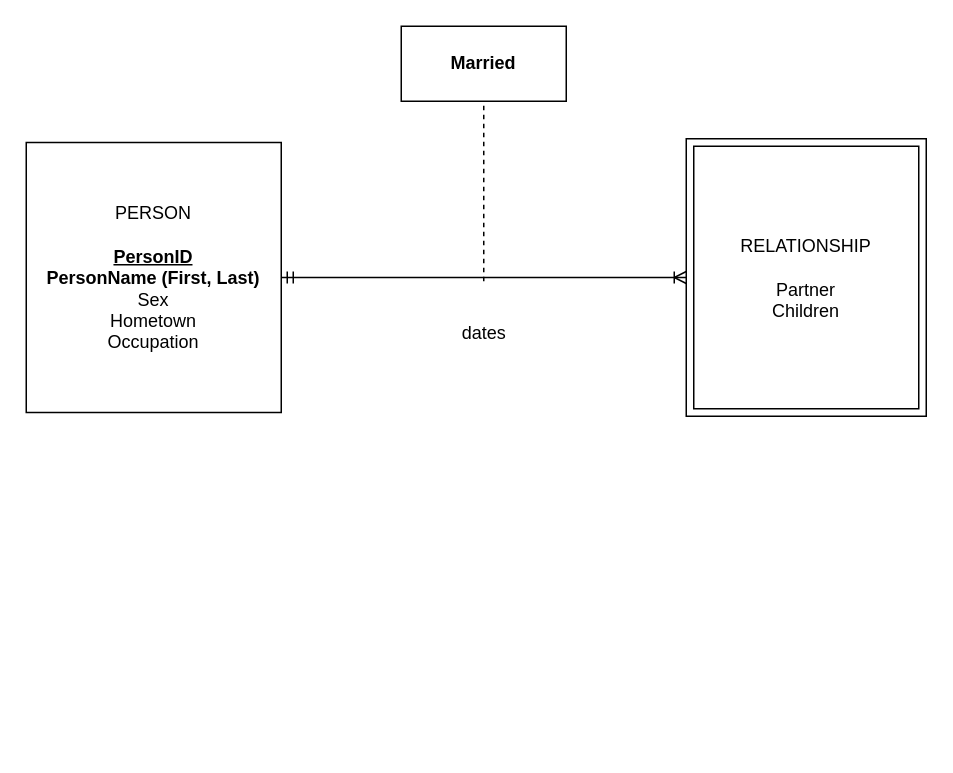
This is page "Page-2" (2 of 3) of Untitled Diagram.drawio from jessapoy/jessapoy, a draw.io file, before an edit. Source tidied: cells renumbered, new cells numbered last; positions are measured from the earlier drawing's top-left corner, leaving out a move shared by most shapes. Both pictures are drawn from the tidied source at 150%, with x=0, y=0 at pixel (26, 26).
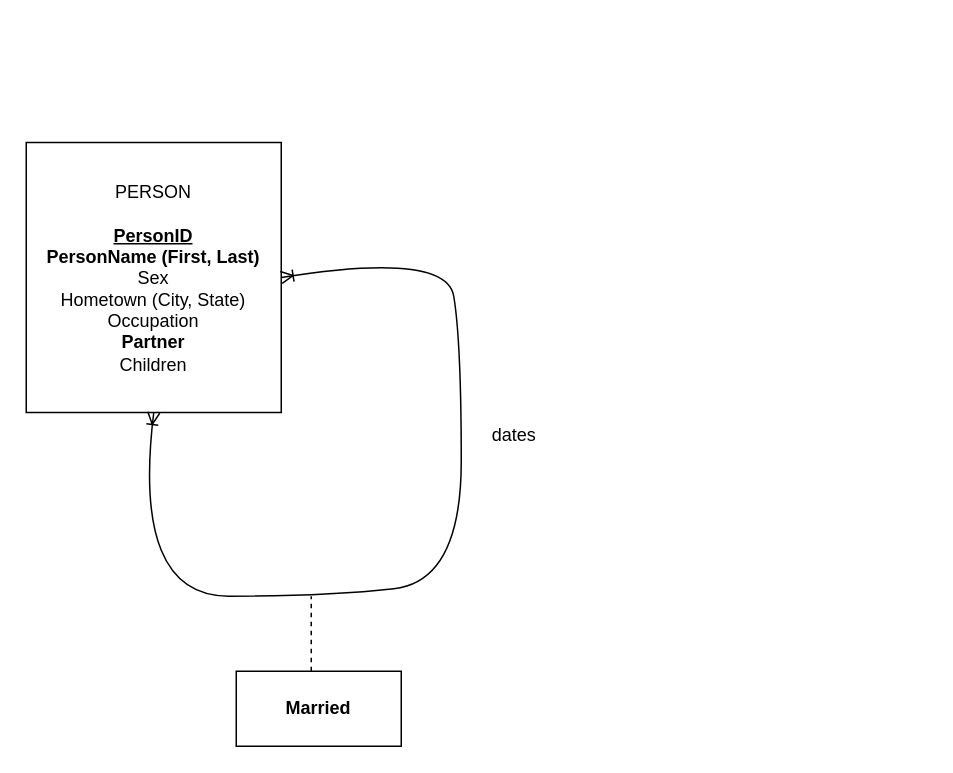
The same page after the edit.

Change to the diagram source:
```diff
@@
 <mxGraphModel>
   <root>
     <mxCell id="0" />
     <mxCell id="1" parent="0" />
-    <mxCell id="2" value="&lt;div&gt;PERSON&lt;/div&gt;&lt;div&gt;&lt;br&gt;&lt;/div&gt;&lt;u style=&quot;font-weight: bold;&quot;&gt;PersonID&lt;/u&gt;&lt;br&gt;&lt;b&gt;PersonName (First, Last)&lt;/b&gt;&lt;br&gt;Sex&lt;br&gt;Hometown&lt;br&gt;Occupation" style="whiteSpace=wrap;html=1;align=center;" parent="1" vertex="1">
+    <mxCell id="2" value="&lt;div&gt;PERSON&lt;/div&gt;&lt;div&gt;&lt;br&gt;&lt;/div&gt;&lt;u style=&quot;font-weight: bold;&quot;&gt;PersonID&lt;/u&gt;&lt;br&gt;&lt;b&gt;PersonName (First, Last)&lt;/b&gt;&lt;br&gt;Sex&lt;br&gt;Hometown (City, State)&lt;br&gt;Occupation&lt;div&gt;&lt;b&gt;Partner&lt;/b&gt;&lt;/div&gt;&lt;div&gt;Children&lt;/div&gt;" style="whiteSpace=wrap;html=1;align=center;" parent="1" vertex="1">
       <mxGeometry y="77.5" width="170" height="180" as="geometry" />
     </mxCell>
-    <mxCell id="3" value="&lt;div&gt;RELATIONSHIP&lt;/div&gt;&lt;div&gt;&lt;br&gt;&lt;/div&gt;Partner&lt;div&gt;Children&lt;/div&gt;" style="shape=ext;margin=3;double=1;whiteSpace=wrap;html=1;align=center;" parent="1" vertex="1">
-      <mxGeometry x="440" y="75" width="160" height="185" as="geometry" />
-    </mxCell>
-    <mxCell id="4" style="edgeStyle=entityRelationEdgeStyle;fontSize=12;html=1;endArrow=ERoneToMany;rounded=0;exitX=1;exitY=0.5;exitDx=0;exitDy=0;entryX=0;entryY=0.5;entryDx=0;entryDy=0;startArrow=ERmandOne;startFill=0;" parent="1" edge="1" source="2" target="3">
-      <mxGeometry relative="1" as="geometry" />
-    </mxCell>
-    <mxCell id="5" value="&lt;b&gt;Married&lt;/b&gt;" style="whiteSpace=wrap;html=1;align=center;" parent="1" vertex="1">
-      <mxGeometry x="250" width="110" height="50" as="geometry" />
+    <mxCell id="5" value="&lt;b&gt;Married&lt;/b&gt;" style="whiteSpace=wrap;html=1;align=center;labelBorderColor=none;rounded=0;" parent="1" vertex="1">
+      <mxGeometry x="140" y="430" width="110" height="50" as="geometry" />
     </mxCell>
-    <mxCell id="6" style="endArrow=none;dashed=1;html=1;rounded=0;entryX=0.5;entryY=1;entryDx=0;entryDy=0;" parent="1" edge="1" target="5">
-      <mxGeometry relative="1" as="geometry">
-        <mxPoint x="305" y="170" as="sourcePoint" />
-      </mxGeometry>
-    </mxCell>
-    <mxCell id="7" value="dates" style="text;html=1;align=center;verticalAlign=middle;strokeColor=none;fillColor=none;" parent="1" vertex="1">
-      <mxGeometry x="280" y="190" width="50" height="30" as="geometry" />
+    <mxCell id="7" value="dates" style="text;html=1;align=center;verticalAlign=middle;strokeColor=none;fillColor=none;rotation=0;" parent="1" vertex="1">
+      <mxGeometry x="300" y="257.5" width="50" height="30" as="geometry" />
     </mxCell>
+    <mxCell id="8" style="curved=1;endArrow=ERoneToMany;html=1;rounded=0;exitX=1;exitY=0.5;exitDx=0;exitDy=0;startArrow=ERoneToMany;startFill=0;entryX=0.5;entryY=1;entryDx=0;entryDy=0;endFill=0;" parent="1" edge="1" source="2" target="2">
+      <mxGeometry relative="1" as="geometry">
+        <Array as="points">
+          <mxPoint x="280" y="150" />
+          <mxPoint x="290" y="210" />
+          <mxPoint x="290" y="370" />
+          <mxPoint x="200" y="380" />
+          <mxPoint x="70" y="380" />
+        </Array>
+      </mxGeometry>
+    </mxCell>
+    <mxCell id="9" style="endArrow=none;dashed=1;html=1;rounded=0;" parent="1" edge="1">
+      <mxGeometry relative="1" as="geometry">
+        <mxPoint x="190" y="430" as="sourcePoint" />
+        <mxPoint x="190" y="380" as="targetPoint" />
+      </mxGeometry>
+    </mxCell>
   </root>
 </mxGraphModel>
```
